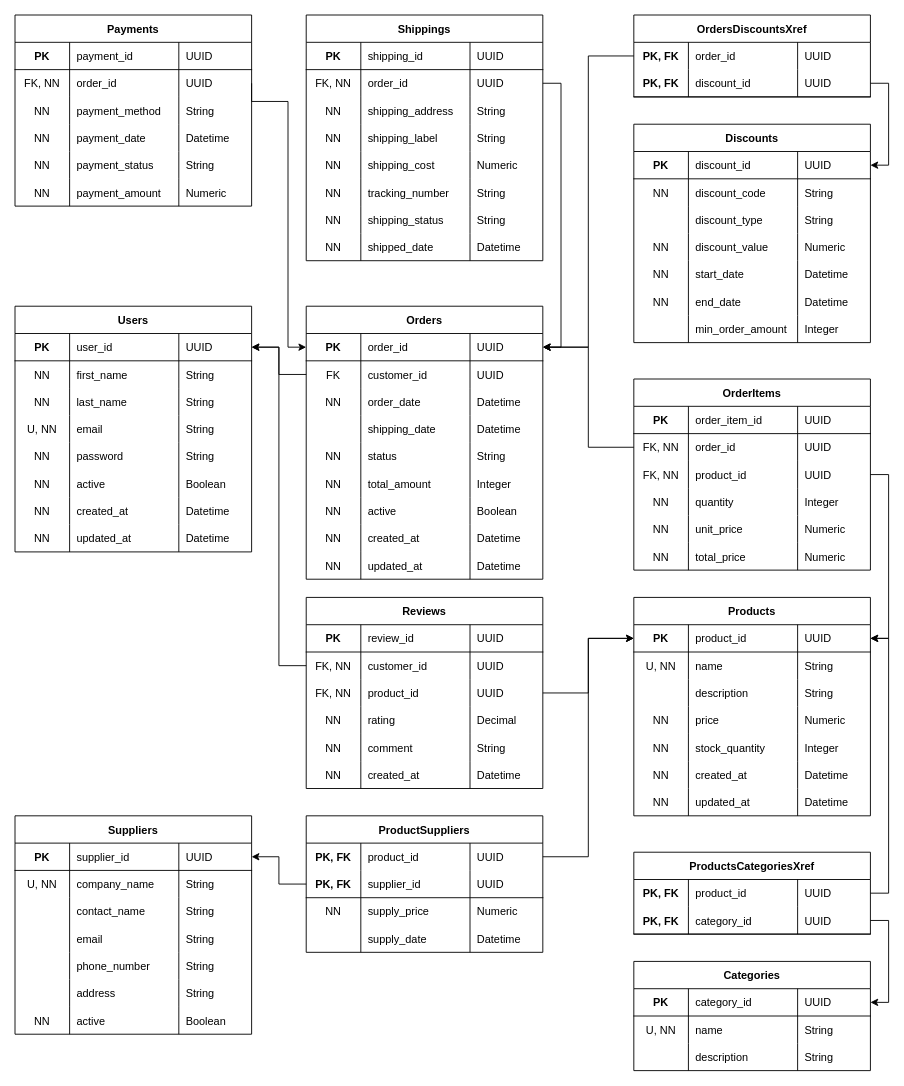
Earlier version of the draw.io diagram ERD.drawio (HaydenBurker/flask-postgresql-backend). Source tidied: cells renumbered, new cells numbered last; positions are measured from the earlier drawing's top-left corner, leaving out a move shared by most shapes. Both pictures are drawn from the tidied source at 91%, with x=0, y=0 at pixel (15, 15).
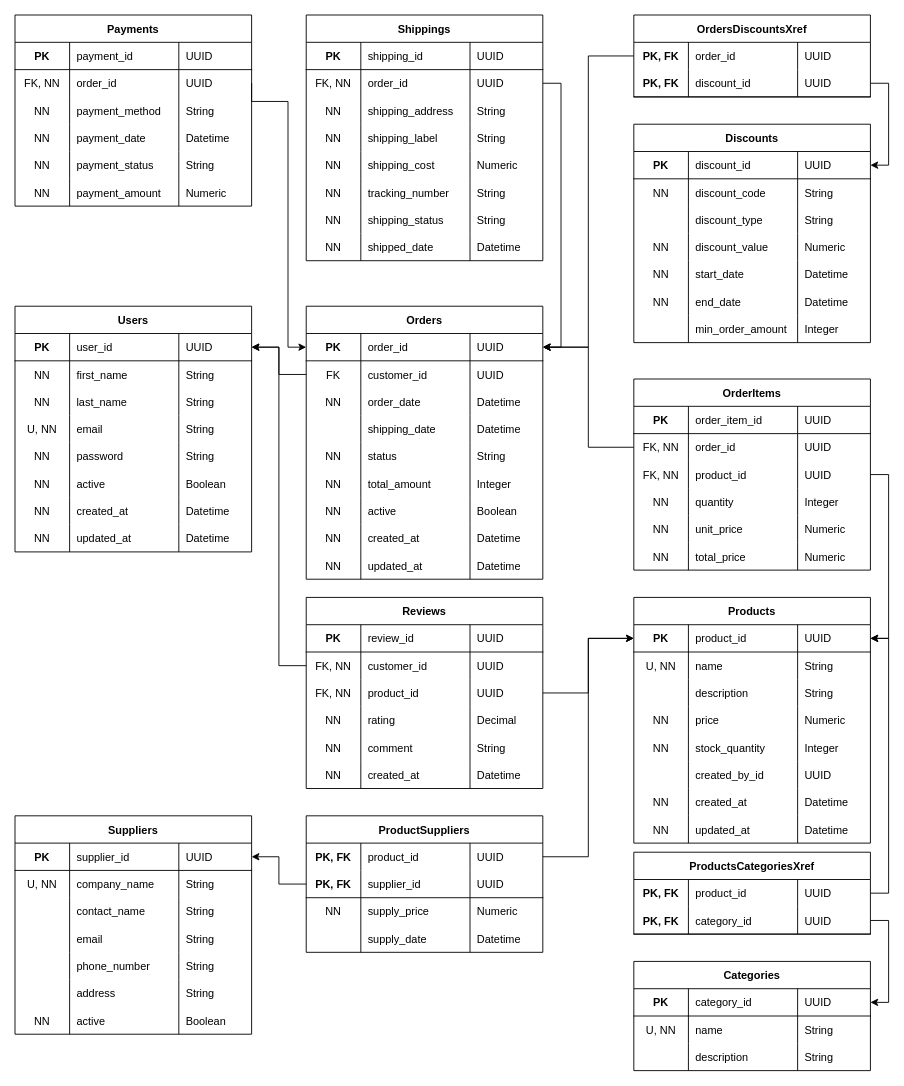
The same page after the edit.

Diff of the diagram source:
```diff
@@
     <mxCell id="35" value="Products" style="shape=table;startSize=30;childLayout=tableLayout;rowLines=0;fontStyle=1;align=center;" parent="1" vertex="1">
-      <mxGeometry x="680" y="640" width="260" height="240" as="geometry" />
+      <mxGeometry x="680" y="640" width="260" height="270" as="geometry" />
     </mxCell>
@@
+    <mxCell id="330" style="shape=tableRow;horizontal=0;startSize=0;swimlaneHead=0;swimlaneBody=0;fillColor=none;top=0;left=0;right=0;bottom=0;" parent="35" vertex="1">
+      <mxGeometry y="180" width="260" height="30" as="geometry" />
+    </mxCell>
+    <mxCell id="331" style="shape=partialRectangle;fillColor=none;top=0;left=0;bottom=0;right=0;overflow=hidden;" parent="330" vertex="1">
+      <mxGeometry width="60" height="30" as="geometry" />
+    </mxCell>
+    <mxCell id="332" value="created_by_id" style="shape=partialRectangle;fillColor=none;top=0;left=0;bottom=0;right=0;align=left;spacingLeft=6;overflow=hidden;" parent="330" vertex="1">
+      <mxGeometry x="60" width="120" height="30" as="geometry" />
+    </mxCell>
+    <mxCell id="333" value="UUID" style="shape=partialRectangle;fillColor=none;top=0;left=0;bottom=0;right=0;align=left;spacingLeft=6;overflow=hidden;" parent="330" vertex="1">
+      <mxGeometry x="180" width="80" height="30" as="geometry" />
+    </mxCell>
     <mxCell id="56" style="shape=tableRow;horizontal=0;startSize=0;swimlaneHead=0;swimlaneBody=0;fillColor=none;top=0;left=0;right=0;bottom=0;" parent="35" vertex="1">
-      <mxGeometry y="180" width="260" height="30" as="geometry" />
+      <mxGeometry y="210" width="260" height="30" as="geometry" />
     </mxCell>
@@
     <mxCell id="60" style="shape=tableRow;horizontal=0;startSize=0;swimlaneHead=0;swimlaneBody=0;fillColor=none;top=0;left=0;right=0;bottom=0;" parent="35" vertex="1">
-      <mxGeometry y="210" width="260" height="30" as="geometry" />
+      <mxGeometry y="240" width="260" height="30" as="geometry" />
     </mxCell>
```
